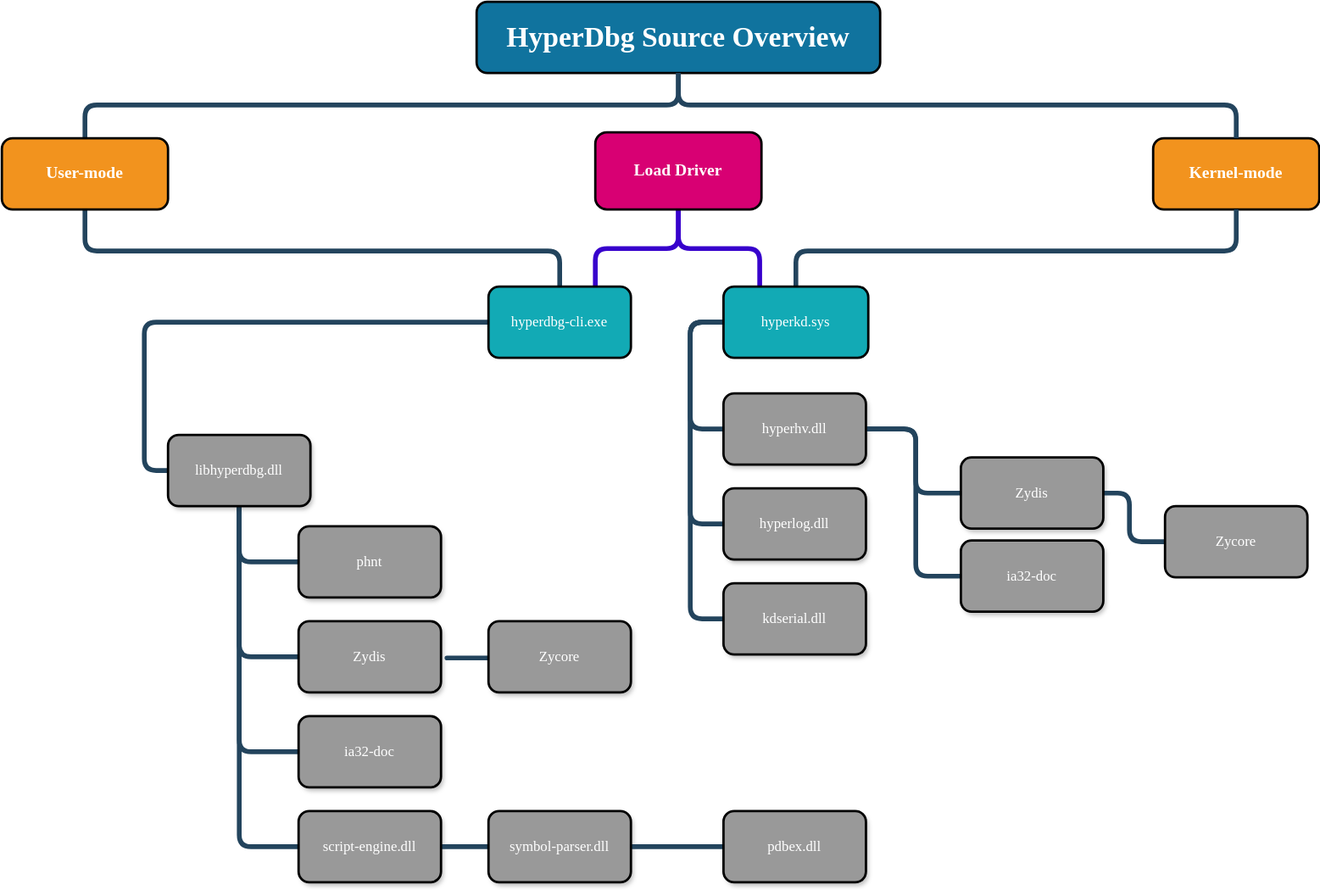
HyperDbg/graphics keeps this draw.io diagram as Diagrams/source-tree/source-tree.svg. Above is the earlier version. Source tidied: cells renumbered, new cells last; positions are measured from the earlier drawing's top-left corner, leaving out a move shared by most shapes.
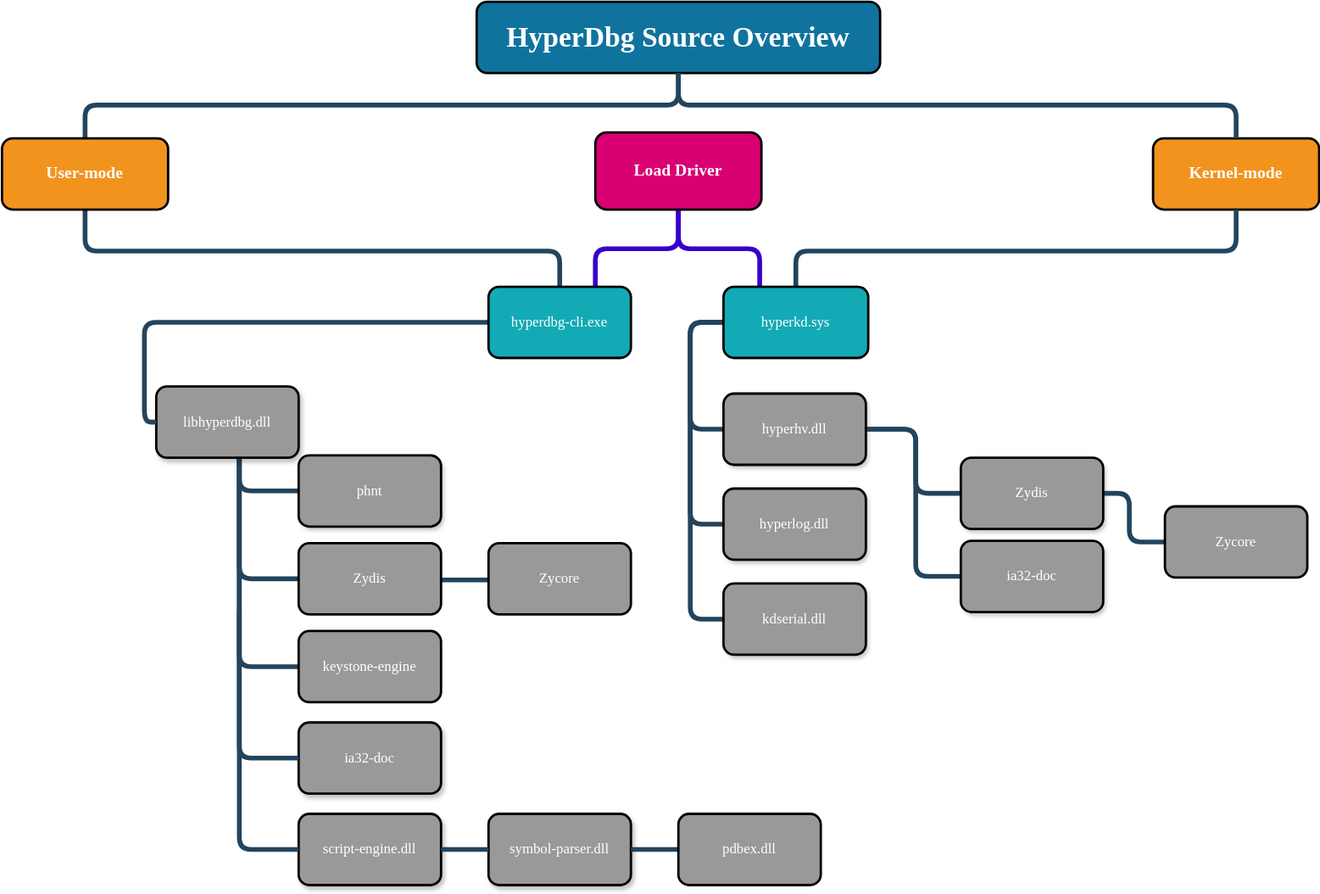
Above is the later version.

Commit message:
add keystone-engine to the source tree

Diff of the diagram source:
```diff
@@ -17,15 +17,12 @@
     <mxCell id="6" value="phnt" style="whiteSpace=wrap;rounded=1;fillColor=#999999;strokeColor=none;shadow=1;fontColor=#FFFFFF;fontStyle=0;fontFamily=Verdana;" parent="1" vertex="1">
-      <mxGeometry x="340" y="442" width="120" height="60" as="geometry" />
+      <mxGeometry x="340" y="382" width="120" height="60" as="geometry" />
     </mxCell>
-    <mxCell id="7" value="Zydis" style="whiteSpace=wrap;rounded=1;fillColor=#999999;strokeColor=none;shadow=1;fontColor=#FFFFFF;fontStyle=0;fontFamily=Verdana;" parent="1" vertex="1">
-      <mxGeometry x="340" y="522" width="120" height="60" as="geometry" />
-    </mxCell>
-    <mxCell id="8" value="ia32-doc" style="whiteSpace=wrap;rounded=1;fillColor=#999999;strokeColor=none;shadow=1;fontColor=#FFFFFF;fontStyle=0;fontFamily=Verdana;" parent="1" vertex="1">
-      <mxGeometry x="340" y="602" width="120" height="60" as="geometry" />
+    <mxCell id="8" value="ia32-doc" style="whiteSpace=wrap;rounded=1;fillColor=#999999;strokeColor=default;shadow=1;fontColor=#FFFFFF;fontStyle=0;fontFamily=Verdana;strokeWidth=2;" parent="1" vertex="1">
+      <mxGeometry x="340" y="607" width="120" height="60" as="geometry" />
     </mxCell>
-    <mxCell id="9" value="script-engine.dll" style="whiteSpace=wrap;rounded=1;fillColor=#999999;strokeColor=none;shadow=1;fontColor=#FFFFFF;fontStyle=0;fontFamily=Verdana;" parent="1" vertex="1">
-      <mxGeometry x="340" y="682" width="120" height="60" as="geometry" />
+    <mxCell id="9" value="script-engine.dll" style="whiteSpace=wrap;rounded=1;fillColor=#999999;strokeColor=default;shadow=1;fontColor=#FFFFFF;fontStyle=0;fontFamily=Verdana;strokeWidth=2;" parent="1" vertex="1">
+      <mxGeometry x="340" y="684" width="120" height="60" as="geometry" />
     </mxCell>
-    <mxCell id="10" value="symbol-parser.dll" style="whiteSpace=wrap;rounded=1;fillColor=#999999;strokeColor=none;shadow=1;fontColor=#FFFFFF;fontStyle=0;fontFamily=Verdana;" parent="1" vertex="1">
-      <mxGeometry x="500" y="682" width="120" height="60" as="geometry" />
+    <mxCell id="10" value="symbol-parser.dll" style="whiteSpace=wrap;rounded=1;fillColor=#999999;strokeColor=default;shadow=1;fontColor=#FFFFFF;fontStyle=0;fontFamily=Verdana;strokeWidth=2;" parent="1" vertex="1">
+      <mxGeometry x="500" y="684" width="120" height="60" as="geometry" />
     </mxCell>
@@ -38,6 +35,7 @@
     </mxCell>
-    <mxCell id="12" style="edgeStyle=elbowEdgeStyle;elbow=horizontal;rounded=1;fontColor=#000000;endArrow=none;endFill=0;strokeWidth=4;strokeColor=#23445D;exitX=0.5;exitY=1;exitDx=0;exitDy=0;fontFamily=Verdana;entryX=0;entryY=0.5;entryDx=0;entryDy=0;" parent="1" edge="1" source="33" target="6">
+    <mxCell id="12" style="edgeStyle=elbowEdgeStyle;elbow=horizontal;rounded=1;fontColor=#000000;endArrow=none;endFill=0;strokeWidth=4;strokeColor=#23445D;exitX=0.5;exitY=1;exitDx=0;exitDy=0;fontFamily=Verdana;entryX=0;entryY=0.5;entryDx=0;entryDy=0;" parent="1" edge="1" target="6">
       <mxGeometry relative="1" as="geometry">
+        <mxPoint x="290" y="365" as="sourcePoint" />
         <Array as="points">
-          <mxPoint x="290" y="460" />
+          <mxPoint x="290" y="400" />
         </Array>
@@ -45,7 +43,9 @@
     </mxCell>
-    <mxCell id="13" style="edgeStyle=elbowEdgeStyle;elbow=horizontal;rounded=1;fontColor=#000000;endArrow=none;endFill=0;strokeWidth=4;strokeColor=#23445D;entryX=0;entryY=0.5;entryDx=0;entryDy=0;exitX=0.5;exitY=1;exitDx=0;exitDy=0;fontFamily=Verdana;" parent="1" edge="1" source="33" target="7">
+    <mxCell id="13" style="edgeStyle=elbowEdgeStyle;elbow=horizontal;rounded=1;fontColor=#000000;endArrow=none;endFill=0;strokeWidth=4;strokeColor=#23445D;entryX=0;entryY=0.5;entryDx=0;entryDy=0;exitX=0.5;exitY=1;exitDx=0;exitDy=0;fontFamily=Verdana;" parent="1" edge="1">
       <mxGeometry relative="1" as="geometry">
+        <mxPoint x="290" y="359" as="sourcePoint" />
+        <mxPoint x="340" y="486" as="targetPoint" />
         <Array as="points">
-          <mxPoint x="290" y="500" />
-          <mxPoint y="562" />
+          <mxPoint x="290" y="434" />
+          <mxPoint y="496" />
         </Array>
@@ -56,8 +56,8 @@
         <Array as="points">
-          <mxPoint x="480" y="702" />
-          <mxPoint x="540" y="722" />
-          <mxPoint x="480" y="752" />
-          <mxPoint x="580" y="752" />
-          <mxPoint x="500" y="752" />
-          <mxPoint x="320" y="582" />
+          <mxPoint x="480" y="704" />
+          <mxPoint x="540" y="724" />
+          <mxPoint x="480" y="754" />
+          <mxPoint x="580" y="754" />
+          <mxPoint x="500" y="754" />
+          <mxPoint x="320" y="584" />
         </Array>
@@ -65,6 +65,7 @@
     </mxCell>
-    <mxCell id="15" style="edgeStyle=elbowEdgeStyle;elbow=horizontal;rounded=1;fontColor=#000000;endArrow=none;endFill=0;strokeWidth=4;strokeColor=#23445D;exitX=0.5;exitY=1;exitDx=0;exitDy=0;fontFamily=Verdana;" parent="1" edge="1" source="33" target="9">
+    <mxCell id="15" style="edgeStyle=elbowEdgeStyle;elbow=horizontal;rounded=1;fontColor=#000000;endArrow=none;endFill=0;strokeWidth=4;strokeColor=#23445D;exitX=0.5;exitY=1;exitDx=0;exitDy=0;fontFamily=Verdana;" parent="1" edge="1" target="9">
       <mxGeometry relative="1" as="geometry">
+        <mxPoint x="290" y="354" as="sourcePoint" />
         <Array as="points">
-          <mxPoint x="290" y="580" />
+          <mxPoint x="290" y="509" />
         </Array>
@@ -72,6 +73,7 @@
     </mxCell>
-    <mxCell id="16" style="edgeStyle=elbowEdgeStyle;elbow=horizontal;rounded=1;fontColor=#000000;endArrow=none;endFill=0;strokeWidth=4;strokeColor=#23445D;exitX=0.5;exitY=1;exitDx=0;exitDy=0;fontFamily=Verdana;" parent="1" edge="1" source="33" target="8">
+    <mxCell id="16" style="edgeStyle=elbowEdgeStyle;elbow=horizontal;rounded=1;fontColor=#000000;endArrow=none;endFill=0;strokeWidth=4;strokeColor=#23445D;exitX=0.5;exitY=1;exitDx=0;exitDy=0;fontFamily=Verdana;" parent="1" edge="1" target="8">
       <mxGeometry relative="1" as="geometry">
+        <mxPoint x="290" y="357" as="sourcePoint" />
         <Array as="points">
-          <mxPoint x="290" y="560" />
+          <mxPoint x="290" y="492" />
         </Array>
@@ -126,9 +128,10 @@
     </mxCell>
-    <mxCell id="27" style="edgeStyle=elbowEdgeStyle;elbow=horizontal;rounded=1;fontColor=#000000;endArrow=none;endFill=0;strokeWidth=4;strokeColor=#23445D;entryX=0;entryY=0.5;entryDx=0;entryDy=0;exitX=1;exitY=0.5;exitDx=0;exitDy=0;fontFamily=Verdana;" parent="1" edge="1" source="10" target="28">
+    <mxCell id="27" style="edgeStyle=elbowEdgeStyle;elbow=horizontal;rounded=1;fontColor=#000000;endArrow=none;endFill=0;strokeWidth=4;strokeColor=#23445D;entryX=0;entryY=0.5;entryDx=0;entryDy=0;exitX=1;exitY=0.5;exitDx=0;exitDy=0;fontFamily=Verdana;" parent="1" edge="1" source="10">
       <mxGeometry relative="1" as="geometry">
+        <mxPoint x="698" y="714" as="targetPoint" />
         <Array as="points">
-          <mxPoint x="660" y="712" />
-          <mxPoint x="630" y="742" />
-          <mxPoint x="710" y="762" />
-          <mxPoint x="530" y="592" />
+          <mxPoint x="660" y="714" />
+          <mxPoint x="630" y="744" />
+          <mxPoint x="710" y="764" />
+          <mxPoint x="530" y="594" />
         </Array>
@@ -136,5 +139,2 @@
     </mxCell>
-    <mxCell id="28" value="pdbex.dll" style="whiteSpace=wrap;rounded=1;fillColor=#999999;strokeColor=none;shadow=1;fontColor=#FFFFFF;fontStyle=0;fontFamily=Verdana;" parent="1" vertex="1">
-      <mxGeometry x="698" y="682" width="120" height="60" as="geometry" />
-    </mxCell>
     <mxCell id="29" style="edgeStyle=elbowEdgeStyle;elbow=horizontal;rounded=1;fontColor=#000000;endArrow=none;endFill=0;strokeWidth=4;strokeColor=#23445D;exitX=1;exitY=0.5;exitDx=0;exitDy=0;entryX=0;entryY=0.5;entryDx=0;entryDy=0;fontFamily=Verdana;" parent="1" edge="1" source="18" target="30">
@@ -162,4 +162,4 @@
     </mxCell>
-    <mxCell id="33" value="hprdbgctrl.dll" style="whiteSpace=wrap;rounded=1;fillColor=#999999;strokeColor=none;shadow=1;fontColor=#FFFFFF;fontStyle=0;fontFamily=Verdana;" parent="1" vertex="1">
-      <mxGeometry x="230" y="365" width="120" height="60" as="geometry" />
+    <mxCell id="33" value="libhyperdbg.dll" style="whiteSpace=wrap;rounded=1;fillColor=#999999;strokeColor=default;shadow=1;fontColor=#FFFFFF;fontStyle=0;fontFamily=Verdana;strokeWidth=2;" parent="1" vertex="1">
+      <mxGeometry x="220" y="324" width="120" height="60" as="geometry" />
     </mxCell>
@@ -175,5 +175,2 @@
     </mxCell>
-    <mxCell id="35" value="Zycore" style="whiteSpace=wrap;rounded=1;fillColor=#999999;strokeColor=none;shadow=1;fontColor=#FFFFFF;fontStyle=0;fontFamily=Verdana;" parent="1" vertex="1">
-      <mxGeometry x="500" y="522" width="120" height="60" as="geometry" />
-    </mxCell>
     <mxCell id="36" value="Zycore" style="whiteSpace=wrap;rounded=1;fillColor=#999999;strokeColor=none;shadow=0;fontColor=#FFFFFF;fontStyle=0;fontFamily=Verdana;glass=0;labelBorderColor=none;" parent="1" vertex="1">
@@ -191,7 +188,7 @@
       <mxGeometry relative="1" as="geometry">
-        <mxPoint x="490" y="553" as="sourcePoint" />
-        <mxPoint x="500" y="553" as="targetPoint" />
+        <mxPoint x="490" y="487" as="sourcePoint" />
+        <mxPoint x="500" y="487" as="targetPoint" />
         <Array as="points">
-          <mxPoint x="460" y="553" />
-          <mxPoint x="180" y="593" />
+          <mxPoint x="410" y="487" />
+          <mxPoint x="180" y="527" />
         </Array>
@@ -226,50 +223,8 @@
     </mxCell>
-    <mxCell id="48" value="pdbex.dll" style="whiteSpace=wrap;rounded=1;fillColor=#999999;strokeColor=default;shadow=0;fontColor=#FFFFFF;fontStyle=0;fontFamily=Verdana;" parent="1" vertex="1">
-      <mxGeometry x="698" y="682" width="120" height="60" as="geometry" />
-    </mxCell>
-    <mxCell id="49" value="symbol-parser.dll" style="whiteSpace=wrap;rounded=1;fillColor=#999999;strokeColor=default;shadow=0;fontColor=#FFFFFF;fontStyle=0;fontFamily=Verdana;" parent="1" vertex="1">
-      <mxGeometry x="500" y="682" width="120" height="60" as="geometry" />
-    </mxCell>
-    <mxCell id="50" value="script-engine.dll" style="whiteSpace=wrap;rounded=1;fillColor=#999999;strokeColor=default;shadow=0;fontColor=#FFFFFF;fontStyle=0;fontFamily=Verdana;" parent="1" vertex="1">
-      <mxGeometry x="340" y="682" width="120" height="60" as="geometry" />
-    </mxCell>
-    <mxCell id="51" value="ia32-doc" style="whiteSpace=wrap;rounded=1;fillColor=#999999;strokeColor=default;shadow=0;fontColor=#FFFFFF;fontStyle=0;fontFamily=Verdana;" parent="1" vertex="1">
-      <mxGeometry x="340" y="602" width="120" height="60" as="geometry" />
-    </mxCell>
-    <mxCell id="52" value="Zydis" style="whiteSpace=wrap;rounded=1;fillColor=#999999;strokeColor=default;shadow=0;fontColor=#FFFFFF;fontStyle=0;fontFamily=Verdana;" parent="1" vertex="1">
-      <mxGeometry x="340" y="522" width="120" height="60" as="geometry" />
-    </mxCell>
-    <mxCell id="53" value="Zycore" style="whiteSpace=wrap;rounded=1;fillColor=#999999;strokeColor=default;shadow=0;fontColor=#FFFFFF;fontStyle=0;fontFamily=Verdana;" parent="1" vertex="1">
-      <mxGeometry x="500" y="522" width="120" height="60" as="geometry" />
-    </mxCell>
     <mxCell id="54" value="phnt" style="whiteSpace=wrap;rounded=1;fillColor=#999999;strokeColor=default;shadow=0;fontColor=#FFFFFF;fontStyle=0;fontFamily=Verdana;" parent="1" vertex="1">
-      <mxGeometry x="340" y="442" width="120" height="60" as="geometry" />
+      <mxGeometry x="340" y="382" width="120" height="60" as="geometry" />
     </mxCell>
-    <mxCell id="55" value="hprdbgctrl.dll" style="whiteSpace=wrap;rounded=1;fillColor=#999999;strokeColor=default;shadow=0;fontColor=#FFFFFF;fontStyle=0;fontFamily=Verdana;" parent="1" vertex="1">
-      <mxGeometry x="230" y="365" width="120" height="60" as="geometry" />
-    </mxCell>
-    <mxCell id="56" value="symbol-parser.dll" style="whiteSpace=wrap;rounded=1;fillColor=#999999;strokeColor=default;shadow=0;fontColor=#FFFFFF;fontStyle=0;fontFamily=Verdana;" parent="1" vertex="1">
-      <mxGeometry x="500" y="682" width="120" height="60" as="geometry" />
-    </mxCell>
-    <mxCell id="57" value="pdbex.dll" style="whiteSpace=wrap;rounded=1;fillColor=#999999;strokeColor=default;shadow=0;fontColor=#FFFFFF;fontStyle=0;fontFamily=Verdana;" parent="1" vertex="1">
-      <mxGeometry x="698" y="682" width="120" height="60" as="geometry" />
-    </mxCell>
-    <mxCell id="58" value="script-engine.dll" style="whiteSpace=wrap;rounded=1;fillColor=#999999;strokeColor=default;shadow=0;fontColor=#FFFFFF;fontStyle=0;fontFamily=Verdana;" parent="1" vertex="1">
-      <mxGeometry x="340" y="682" width="120" height="60" as="geometry" />
-    </mxCell>
-    <mxCell id="59" value="ia32-doc" style="whiteSpace=wrap;rounded=1;fillColor=#999999;strokeColor=default;shadow=0;fontColor=#FFFFFF;fontStyle=0;fontFamily=Verdana;" parent="1" vertex="1">
-      <mxGeometry x="340" y="602" width="120" height="60" as="geometry" />
-    </mxCell>
-    <mxCell id="60" value="Zydis" style="whiteSpace=wrap;rounded=1;fillColor=#999999;strokeColor=default;shadow=0;fontColor=#FFFFFF;fontStyle=0;fontFamily=Verdana;" parent="1" vertex="1">
-      <mxGeometry x="340" y="522" width="120" height="60" as="geometry" />
-    </mxCell>
-    <mxCell id="61" value="Zycore" style="whiteSpace=wrap;rounded=1;fillColor=#999999;strokeColor=default;shadow=0;fontColor=#FFFFFF;fontStyle=0;fontFamily=Verdana;" parent="1" vertex="1">
-      <mxGeometry x="500" y="522" width="120" height="60" as="geometry" />
-    </mxCell>
     <mxCell id="62" value="phnt" style="whiteSpace=wrap;rounded=1;fillColor=#999999;strokeColor=default;shadow=0;fontColor=#FFFFFF;fontStyle=0;fontFamily=Verdana;" parent="1" vertex="1">
-      <mxGeometry x="340" y="442" width="120" height="60" as="geometry" />
+      <mxGeometry x="340" y="382" width="120" height="60" as="geometry" />
     </mxCell>
-    <mxCell id="63" value="hprdbgctrl.dll" style="whiteSpace=wrap;rounded=1;fillColor=#999999;strokeColor=default;shadow=0;fontColor=#FFFFFF;fontStyle=0;fontFamily=Verdana;" parent="1" vertex="1">
-      <mxGeometry x="230" y="365" width="120" height="60" as="geometry" />
-    </mxCell>
     <mxCell id="64" value="User-mode" style="whiteSpace=wrap;rounded=1;fillColor=#F2931E;strokeColor=default;shadow=0;fontColor=#FFFFFF;fontStyle=1;fontSize=14;fontFamily=Verdana;" parent="1" vertex="1">
@@ -286,26 +241,14 @@
     </mxCell>
-    <mxCell id="68" value="symbol-parser.dll" style="whiteSpace=wrap;rounded=1;fillColor=#999999;strokeColor=default;shadow=0;fontColor=#FFFFFF;fontStyle=0;fontFamily=Verdana;strokeWidth=2;" parent="1" vertex="1">
-      <mxGeometry x="500" y="682" width="120" height="60" as="geometry" />
-    </mxCell>
     <mxCell id="69" value="pdbex.dll" style="whiteSpace=wrap;rounded=1;fillColor=#999999;strokeColor=default;shadow=0;fontColor=#FFFFFF;fontStyle=0;fontFamily=Verdana;strokeWidth=2;" parent="1" vertex="1">
-      <mxGeometry x="698" y="682" width="120" height="60" as="geometry" />
+      <mxGeometry x="660" y="684" width="120" height="60" as="geometry" />
     </mxCell>
-    <mxCell id="70" value="script-engine.dll" style="whiteSpace=wrap;rounded=1;fillColor=#999999;strokeColor=default;shadow=0;fontColor=#FFFFFF;fontStyle=0;fontFamily=Verdana;strokeWidth=2;" parent="1" vertex="1">
-      <mxGeometry x="340" y="682" width="120" height="60" as="geometry" />
-    </mxCell>
-    <mxCell id="71" value="ia32-doc" style="whiteSpace=wrap;rounded=1;fillColor=#999999;strokeColor=default;shadow=0;fontColor=#FFFFFF;fontStyle=0;fontFamily=Verdana;strokeWidth=2;" parent="1" vertex="1">
-      <mxGeometry x="340" y="602" width="120" height="60" as="geometry" />
-    </mxCell>
     <mxCell id="72" value="Zydis" style="whiteSpace=wrap;rounded=1;fillColor=#999999;strokeColor=default;shadow=0;fontColor=#FFFFFF;fontStyle=0;fontFamily=Verdana;strokeWidth=2;" parent="1" vertex="1">
-      <mxGeometry x="340" y="522" width="120" height="60" as="geometry" />
+      <mxGeometry x="340" y="456" width="120" height="60" as="geometry" />
     </mxCell>
     <mxCell id="73" value="Zycore" style="whiteSpace=wrap;rounded=1;fillColor=#999999;strokeColor=default;shadow=0;fontColor=#FFFFFF;fontStyle=0;fontFamily=Verdana;strokeWidth=2;" parent="1" vertex="1">
-      <mxGeometry x="500" y="522" width="120" height="60" as="geometry" />
+      <mxGeometry x="500" y="456" width="120" height="60" as="geometry" />
     </mxCell>
     <mxCell id="74" value="phnt" style="whiteSpace=wrap;rounded=1;fillColor=#999999;strokeColor=default;shadow=0;fontColor=#FFFFFF;fontStyle=0;fontFamily=Verdana;strokeWidth=2;" parent="1" vertex="1">
-      <mxGeometry x="340" y="442" width="120" height="60" as="geometry" />
+      <mxGeometry x="340" y="382" width="120" height="60" as="geometry" />
     </mxCell>
-    <mxCell id="75" value="libhyperdbg.dll" style="whiteSpace=wrap;rounded=1;fillColor=#999999;strokeColor=default;shadow=0;fontColor=#FFFFFF;fontStyle=0;fontFamily=Verdana;strokeWidth=2;" parent="1" vertex="1">
-      <mxGeometry x="230" y="365" width="120" height="60" as="geometry" />
-    </mxCell>
     <mxCell id="76" value="User-mode" style="whiteSpace=wrap;rounded=1;fillColor=#F2931E;strokeColor=default;shadow=0;fontColor=#FFFFFF;fontStyle=1;fontSize=14;fontFamily=Verdana;strokeWidth=2;" parent="1" vertex="1">
@@ -334,2 +277,14 @@
     </mxCell>
+    <mxCell id="84" style="edgeStyle=elbowEdgeStyle;elbow=horizontal;rounded=1;fontColor=#000000;endArrow=none;endFill=0;strokeWidth=4;strokeColor=#23445D;exitX=0.5;exitY=1;exitDx=0;exitDy=0;fontFamily=Verdana;entryX=0;entryY=0.5;entryDx=0;entryDy=0;" parent="1" edge="1">
+      <mxGeometry relative="1" as="geometry">
+        <mxPoint x="290" y="513" as="sourcePoint" />
+        <mxPoint x="340" y="560" as="targetPoint" />
+        <Array as="points">
+          <mxPoint x="290" y="548" />
+        </Array>
+      </mxGeometry>
+    </mxCell>
+    <mxCell id="85" value="keystone-engine" style="whiteSpace=wrap;rounded=1;fillColor=#999999;strokeColor=default;shadow=0;fontColor=#FFFFFF;fontStyle=0;fontFamily=Verdana;strokeWidth=2;" parent="1" vertex="1">
+      <mxGeometry x="340" y="530" width="120" height="60" as="geometry" />
+    </mxCell>
   </root>
```
